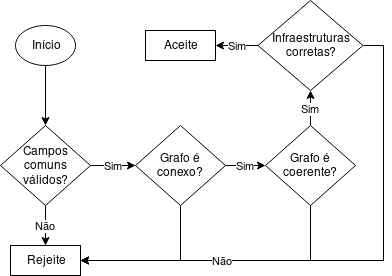
Above: imagens/validacao_rs.png in WiltonLoch/TCC (draw.io), before the change. Source tidied: cells renumbered, new cells last; positions are measured from the earlier drawing's top-left corner, leaving out a move shared by most shapes. Source of this version:
```xml
<mxGraphModel background="#ffffff">
  <root>
    <mxCell id="0" />
    <mxCell id="1" parent="0" />
    <mxCell id="2" style="edgeStyle=orthogonalEdgeStyle;rounded=0;jettySize=auto;html=1;exitX=1;exitY=0.5;exitDx=0;exitDy=0;entryX=1;entryY=0.5;entryDx=0;entryDy=0;" parent="1" edge="1" source="16" target="7">
      <mxGeometry relative="1" as="geometry" />
    </mxCell>
    <mxCell id="3" value="Início" style="ellipse;whiteSpace=wrap;html=1;" parent="1" vertex="1">
      <mxGeometry x="15" y="25" width="60" height="40" as="geometry" />
    </mxCell>
    <mxCell id="4" value="Sim" style="edgeStyle=orthogonalEdgeStyle;rounded=0;jettySize=auto;html=1;exitX=1;exitY=0.5;exitDx=0;exitDy=0;entryX=0;entryY=0.5;entryDx=0;entryDy=0;" parent="1" edge="1" source="5" target="11">
      <mxGeometry relative="1" as="geometry" />
    </mxCell>
    <mxCell id="5" value="Campos comuns válidos?" style="rhombus;whiteSpace=wrap;html=1;" parent="1" vertex="1">
      <mxGeometry y="125" width="90" height="80" as="geometry" />
    </mxCell>
    <mxCell id="6" style="endArrow=classic;html=1;exitX=0.5;exitY=1;exitDx=0;exitDy=0;entryX=0.5;entryY=0;entryDx=0;entryDy=0;" parent="1" edge="1" source="3" target="5">
      <mxGeometry relative="1" as="geometry" />
    </mxCell>
    <mxCell id="7" value="Rejeite" style="rounded=0;whiteSpace=wrap;html=1;" parent="1" vertex="1">
      <mxGeometry x="10" y="245" width="70" height="30" as="geometry" />
    </mxCell>
    <mxCell id="8" value="Não" style="endArrow=classic;html=1;exitX=0.5;exitY=1;exitDx=0;exitDy=0;entryX=0.5;entryY=0;entryDx=0;entryDy=0;" parent="1" edge="1" source="5" target="7">
      <mxGeometry relative="1" as="geometry" />
    </mxCell>
    <mxCell id="9" value="&lt;div&gt;Sim&lt;/div&gt;" style="edgeStyle=orthogonalEdgeStyle;rounded=0;jettySize=auto;html=1;exitX=1;exitY=0.5;exitDx=0;exitDy=0;" parent="1" edge="1" source="11" target="14">
      <mxGeometry relative="1" as="geometry" />
    </mxCell>
    <mxCell id="10" style="edgeStyle=orthogonalEdgeStyle;rounded=0;jettySize=auto;html=1;exitX=0.5;exitY=1;exitDx=0;exitDy=0;entryX=1;entryY=0.5;entryDx=0;entryDy=0;" parent="1" edge="1" source="11" target="7">
      <mxGeometry relative="1" as="geometry" />
    </mxCell>
    <mxCell id="11" value="Grafo é conexo?" style="rhombus;whiteSpace=wrap;html=1;" parent="1" vertex="1">
      <mxGeometry x="135" y="125" width="90" height="80" as="geometry" />
    </mxCell>
    <mxCell id="12" value="Sim" style="edgeStyle=orthogonalEdgeStyle;rounded=0;jettySize=auto;html=1;" parent="1" edge="1" source="14" target="16">
      <mxGeometry relative="1" as="geometry" />
    </mxCell>
    <mxCell id="13" value="Não" style="edgeStyle=orthogonalEdgeStyle;rounded=0;jettySize=auto;html=1;exitX=0.5;exitY=1;exitDx=0;exitDy=0;entryX=1;entryY=0.5;entryDx=0;entryDy=0;" parent="1" edge="1" source="14" target="7">
      <mxGeometry relative="1" as="geometry" />
    </mxCell>
    <mxCell id="14" value="Grafo é coerente?" style="rhombus;whiteSpace=wrap;html=1;" parent="1" vertex="1">
      <mxGeometry x="265" y="125" width="90" height="80" as="geometry" />
    </mxCell>
    <mxCell id="15" value="Sim" style="edgeStyle=orthogonalEdgeStyle;rounded=0;jettySize=auto;html=1;entryX=1;entryY=0.5;entryDx=0;entryDy=0;" parent="1" edge="1" source="16" target="17">
      <mxGeometry relative="1" as="geometry" />
    </mxCell>
    <mxCell id="16" value="Infraestruturas corretas?" style="rhombus;whiteSpace=wrap;html=1;" parent="1" vertex="1">
      <mxGeometry x="257.5" width="105" height="90" as="geometry" />
    </mxCell>
    <mxCell id="17" value="Aceite" style="rounded=0;whiteSpace=wrap;html=1;" parent="1" vertex="1">
      <mxGeometry x="145" y="30" width="70" height="30" as="geometry" />
    </mxCell>
  </root>
</mxGraphModel>
```
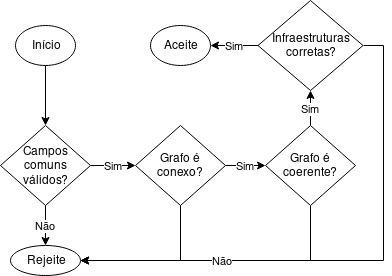
Later version of the same file.

Change to the diagram source:
```diff
@@ -17,7 +17,7 @@
     <mxCell id="6" style="endArrow=classic;html=1;exitX=0.5;exitY=1;exitDx=0;exitDy=0;entryX=0.5;entryY=0;entryDx=0;entryDy=0;" parent="1" edge="1" source="3" target="5">
       <mxGeometry relative="1" as="geometry" />
     </mxCell>
-    <mxCell id="7" value="Rejeite" style="rounded=0;whiteSpace=wrap;html=1;" parent="1" vertex="1">
+    <mxCell id="7" value="Rejeite" style="ellipse;whiteSpace=wrap;html=1;fontFamily=Helvetica;fontSize=12;fontColor=#000000;align=center;strokeColor=#000000;fillColor=#ffffff;" parent="1" vertex="1">
       <mxGeometry x="10" y="245" width="70" height="30" as="geometry" />
     </mxCell>
     <mxCell id="8" value="Não" style="endArrow=classic;html=1;exitX=0.5;exitY=1;exitDx=0;exitDy=0;entryX=0.5;entryY=0;entryDx=0;entryDy=0;" parent="1" edge="1" source="5" target="7">
@@ -47,8 +47,8 @@
     <mxCell id="16" value="Infraestruturas corretas?" style="rhombus;whiteSpace=wrap;html=1;" parent="1" vertex="1">
       <mxGeometry x="257.5" width="105" height="90" as="geometry" />
     </mxCell>
-    <mxCell id="17" value="Aceite" style="rounded=0;whiteSpace=wrap;html=1;" parent="1" vertex="1">
-      <mxGeometry x="145" y="30" width="70" height="30" as="geometry" />
+    <mxCell id="17" value="Aceite" style="ellipse;whiteSpace=wrap;html=1;" parent="1" vertex="1">
+      <mxGeometry x="150" y="25" width="60" height="40" as="geometry" />
     </mxCell>
   </root>
 </mxGraphModel>
```
